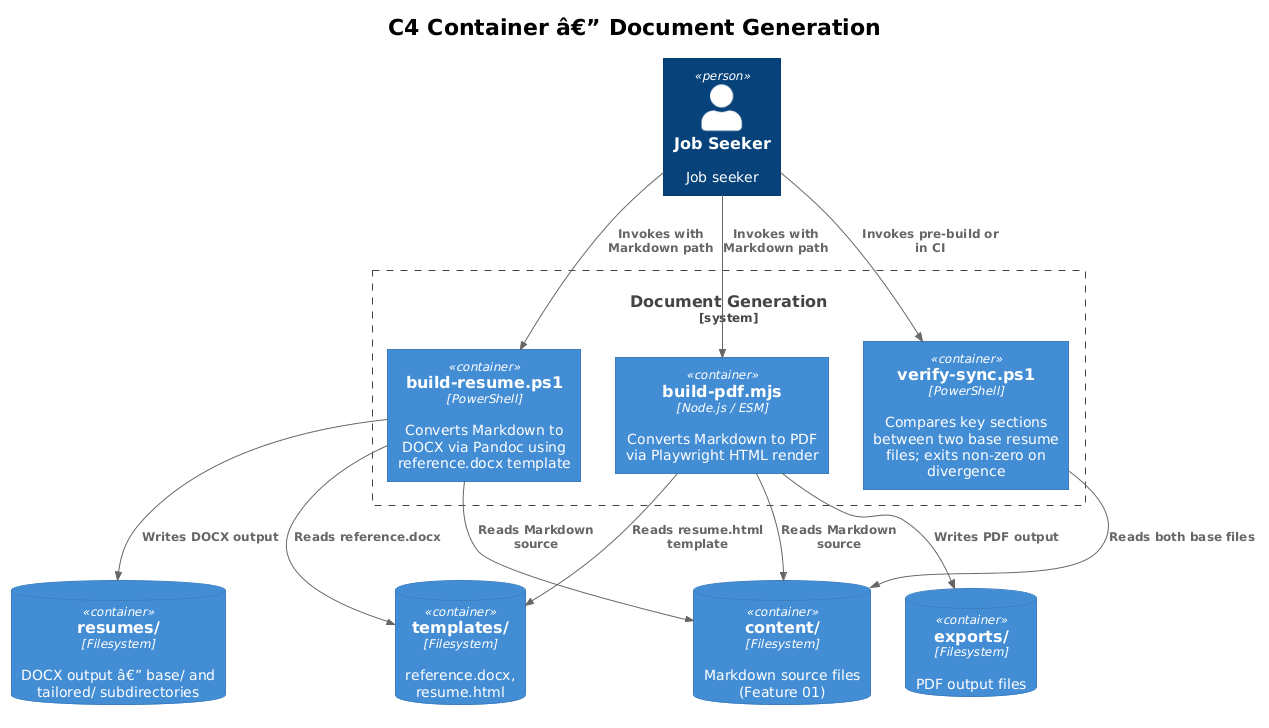
The PlantUML diagram docs/detailed-designs/02-document-generation/diagrams/c4_container.png in QuinntyneBrown/Orbit, before a commit.
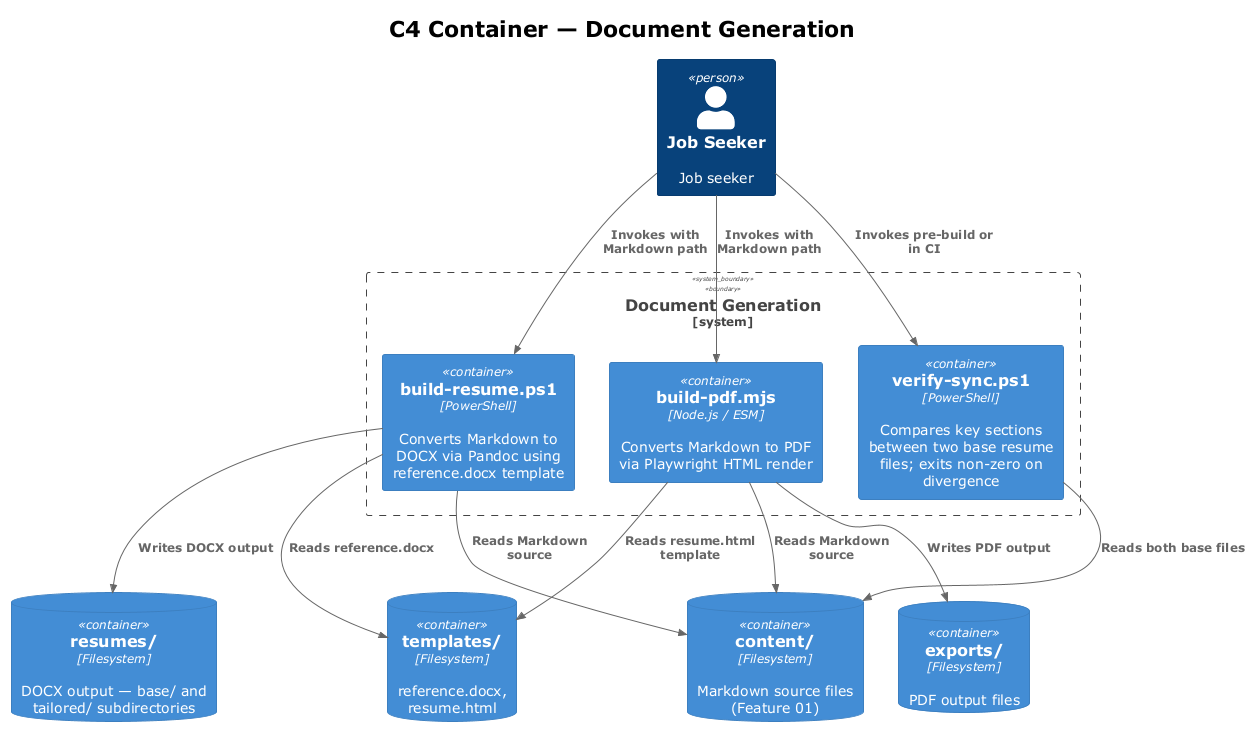
The same file after the commit.

What changed in the source:
```diff
@@ -1,8 +1,8 @@
-@startuml
+@startuml c4_container
 !theme plain
 !include <C4/C4_Container>
 
-title C4 Container â€” Document Generation
+title C4 Container — Document Generation
 
 Person(user, "Job Seeker", "Job seeker")
 
@@ -12,7 +12,7 @@
     Container(verifySync, "verify-sync.ps1", "PowerShell", "Compares key sections between two base resume files; exits non-zero on divergence")
 }
 
-ContainerDb(resumes, "resumes/", "Filesystem", "DOCX output â€” base/ and tailored/ subdirectories")
+ContainerDb(resumes, "resumes/", "Filesystem", "DOCX output — base/ and tailored/ subdirectories")
 ContainerDb(exports, "exports/", "Filesystem", "PDF output files")
 ContainerDb(content, "content/", "Filesystem", "Markdown source files (Feature 01)")
 ContainerDb(templates, "templates/", "Filesystem", "reference.docx, resume.html")
@@ -27,4 +27,5 @@
 Rel(buildPdf, templates, "Reads resume.html template")
 Rel(buildPdf, exports, "Writes PDF output")
 Rel(verifySync, content, "Reads both base files")
+
 @enduml
```
